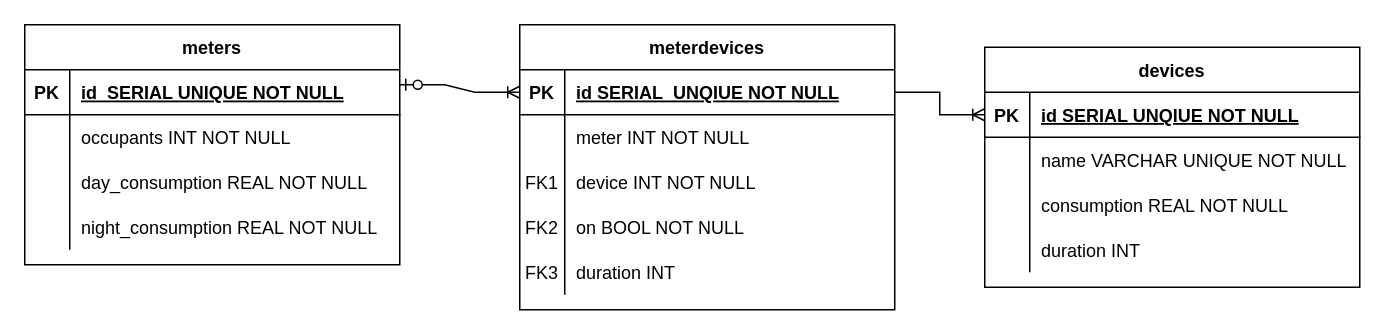
tm-pe2/ai-meter keeps this draw.io diagram as tables.drawio. Above is the earlier version. Source tidied: cells renumbered, new cells numbered last; positions are measured from the earlier drawing's top-left corner, leaving out a move shared by most shapes. Both pictures are drawn from the tidied source at 150%, with x=0, y=0 at pixel (24, 24).
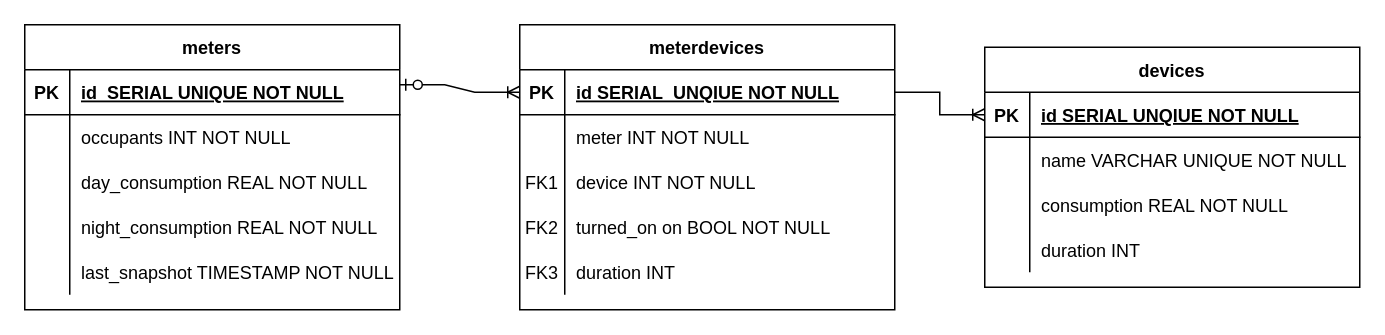
Above is the later version.

Unchanged cells that the change refers to:
```xml
<mxCell id="12" style="shape=partialRectangle;fillColor=none;top=0;left=0;right=0;bottom=0;" parent="2" vertex="1">
  <mxGeometry y="120" width="250" height="30" as="geometry" />
</mxCell>
```

Diff of the diagram source:
```diff
@@
-    <mxCell id="14" value="on BOOL NOT NULL" style="shape=partialRectangle;overflow=hidden;fillColor=none;top=0;left=0;bottom=0;right=0;align=left;spacingLeft=6;" parent="12" vertex="1">
+    <mxCell id="14" value="turned_on on BOOL NOT NULL" style="shape=partialRectangle;overflow=hidden;fillColor=none;top=0;left=0;bottom=0;right=0;align=left;spacingLeft=6;" parent="12" vertex="1">
       <mxGeometry x="30" width="220" height="30" as="geometry" />
     </mxCell>
@@
     <mxCell id="31" value="meters" style="shape=table;startSize=30;childLayout=tableLayout;rowLines=0;fontStyle=1;align=center;" parent="1" vertex="1">
-      <mxGeometry width="250" height="160" as="geometry" />
+      <mxGeometry width="250" height="190" as="geometry" />
     </mxCell>
@@
+    <mxCell id="46" style="shape=partialRectangle;fillColor=none;top=0;left=0;right=0;bottom=0;" parent="31" vertex="1">
+      <mxGeometry y="150" width="250" height="30" as="geometry" />
+    </mxCell>
+    <mxCell id="47" style="shape=partialRectangle;overflow=hidden;fillColor=none;top=0;left=0;bottom=0;right=0;" parent="46" vertex="1">
+      <mxGeometry width="30" height="30" as="geometry" />
+    </mxCell>
+    <mxCell id="48" value="last_snapshot TIMESTAMP NOT NULL" style="shape=partialRectangle;overflow=hidden;fillColor=none;top=0;left=0;bottom=0;right=0;align=left;spacingLeft=6;" parent="46" vertex="1">
+      <mxGeometry x="30" width="220" height="30" as="geometry" />
+    </mxCell>
```
